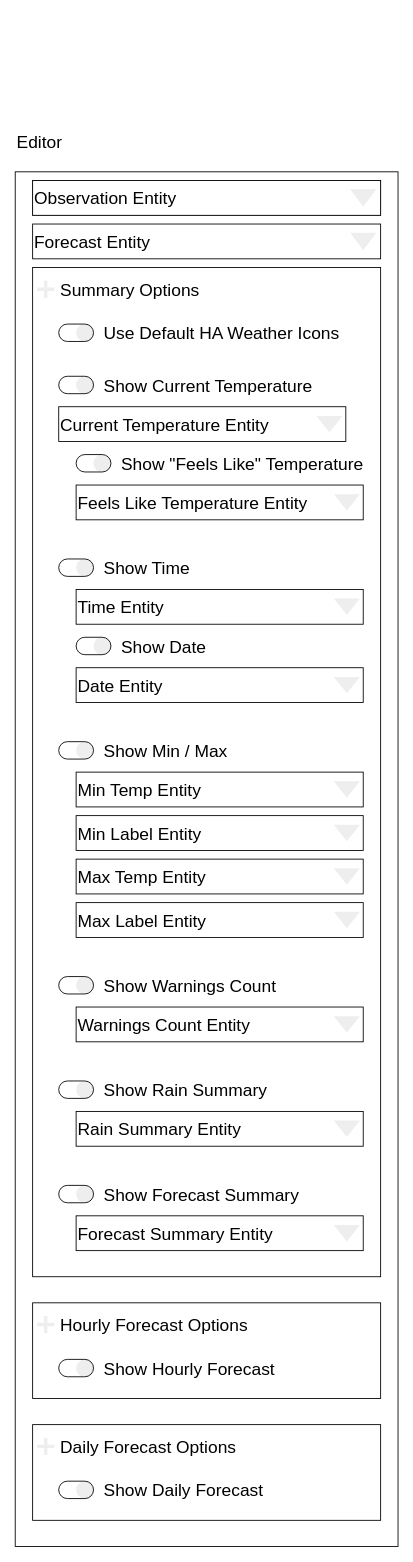
Before: design/editor-wireframe.drawio in dJPoida/ha-bom-weather-card, a draw.io diagram. Source tidied: cells renumbered, new cells numbered last; positions are measured from the earlier drawing's top-left corner, leaving out a move shared by most shapes. Both pictures are drawn from the tidied source at 87%, with x=0, y=0 at pixel (15, 128).
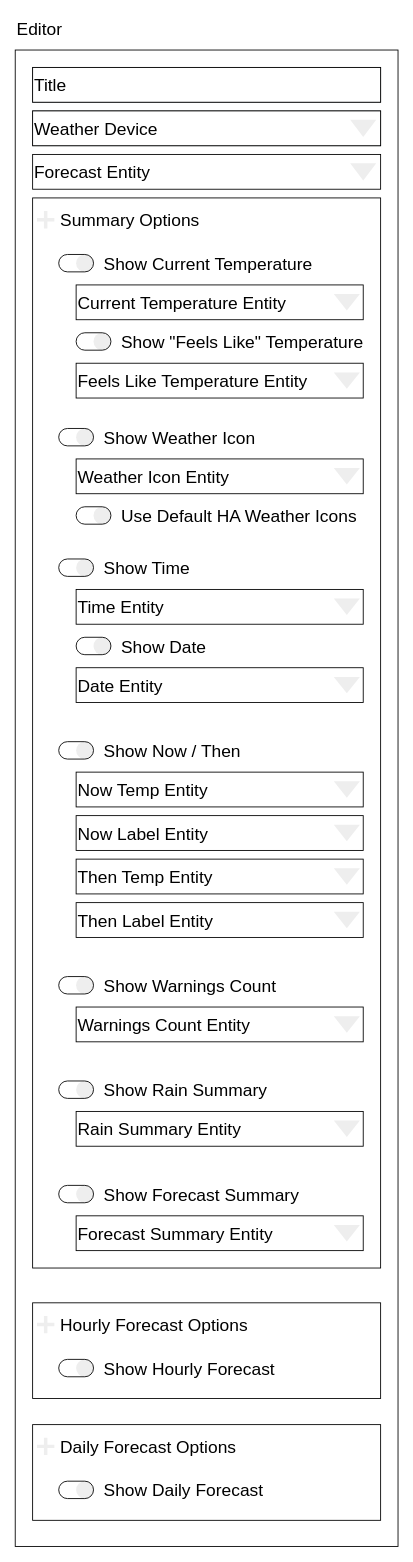
The same diagram, later.

The change refers to these unchanged cells:
```xml
<mxCell id="56" style="group;" parent="1" vertex="1">
  <mxGeometry x="70" y="740" width="330" height="40" as="geometry" />
</mxCell>
<mxCell id="59" style="group;" parent="1" vertex="1">
  <mxGeometry x="70" y="790" width="330" height="40" as="geometry" />
</mxCell>
<mxCell id="62" style="group;" parent="1" vertex="1">
  <mxGeometry x="70" y="840" width="330" height="40" as="geometry" />
</mxCell>
<mxCell id="65" style="group;" parent="1" vertex="1">
  <mxGeometry x="70" y="890" width="330" height="40" as="geometry" />
</mxCell>
```

The edit, as a diff of the source:
```diff
@@
     <mxCell id="2" style="rounded=0;whiteSpace=wrap;html=1;" parent="1" vertex="1">
-      <mxGeometry y="50" width="440" height="1580" as="geometry" />
+      <mxGeometry y="-90" width="440" height="1720" as="geometry" />
     </mxCell>
     <mxCell id="3" style="rounded=0;whiteSpace=wrap;html=1;fontSize=20;align=left;" parent="1" vertex="1">
-      <mxGeometry x="20" y="160" width="400" height="1160" as="geometry" />
+      <mxGeometry x="20" y="80" width="400" height="1230" as="geometry" />
     </mxCell>
     <mxCell id="4" value="Editor" style="text;html=1;strokeColor=none;fillColor=none;align=left;verticalAlign=middle;whiteSpace=wrap;rounded=0;fontSize=20;" parent="1" vertex="1">
-      <mxGeometry width="80" height="30" as="geometry" />
+      <mxGeometry y="-130" width="80" height="30" as="geometry" />
     </mxCell>
     <mxCell id="5" style="group;fillColor=#eeeeee;strokeColor=#36393d;" parent="1" vertex="1">
-      <mxGeometry x="20" y="60" width="400" height="40" as="geometry" />
+      <mxGeometry x="20" y="-20" width="400" height="40" as="geometry" />
     </mxCell>
-    <mxCell id="6" value="Observation Entity" style="rounded=0;whiteSpace=wrap;html=1;fontSize=20;align=left;" parent="5" vertex="1">
+    <mxCell id="6" value="Weather Device" style="rounded=0;whiteSpace=wrap;html=1;fontSize=20;align=left;" parent="5" vertex="1">
       <mxGeometry width="400" height="40" as="geometry" />
     </mxCell>
@@
     <mxCell id="8" style="group;" parent="1" vertex="1">
-      <mxGeometry x="20" y="110" width="400" height="40" as="geometry" />
+      <mxGeometry x="20" y="30" width="400" height="40" as="geometry" />
     </mxCell>
@@
     <mxCell id="11" style="group;" parent="1" vertex="1">
-      <mxGeometry x="70" y="370" width="340" height="30" as="geometry" />
+      <mxGeometry x="70" y="230" width="340" height="30" as="geometry" />
     </mxCell>
@@
     <mxCell id="16" style="group;" parent="1" vertex="1">
-      <mxGeometry x="50" y="700" width="200" height="30" as="geometry" />
+      <mxGeometry x="50" y="700" width="220" height="30" as="geometry" />
     </mxCell>
-    <mxCell id="17" value="Show Min / Max" style="rounded=0;whiteSpace=wrap;html=1;fontSize=20;align=left;strokeColor=none;fillColor=none;" parent="16" vertex="1">
-      <mxGeometry x="50" width="150" height="30" as="geometry" />
+    <mxCell id="17" value="Show Now / Then" style="rounded=0;whiteSpace=wrap;html=1;fontSize=20;align=left;strokeColor=none;fillColor=none;" parent="16" vertex="1">
+      <mxGeometry x="50" width="170" height="30" as="geometry" />
     </mxCell>
@@
     <mxCell id="32" style="group;" parent="1" vertex="1">
-      <mxGeometry x="25" y="170" width="235" height="30" as="geometry" />
+      <mxGeometry x="25" y="90" width="235" height="30" as="geometry" />
     </mxCell>
@@
     <mxCell id="48" style="group;" parent="1" vertex="1">
-      <mxGeometry x="50" y="220" width="340" height="30" as="geometry" />
+      <mxGeometry x="70" y="430" width="340" height="30" as="geometry" />
     </mxCell>
@@
     <mxCell id="53" style="group;" parent="1" vertex="1">
-      <mxGeometry x="70" y="410" width="330" height="40" as="geometry" />
+      <mxGeometry x="70" y="270" width="330" height="40" as="geometry" />
     </mxCell>
@@
-    <mxCell id="57" value="Min Temp Entity" style="rounded=0;whiteSpace=wrap;html=1;fontSize=20;align=left;" parent="56" vertex="1">
+    <mxCell id="57" value="Now Temp Entity" style="rounded=0;whiteSpace=wrap;html=1;fontSize=20;align=left;" parent="56" vertex="1">
       <mxGeometry width="330" height="40" as="geometry" />
     </mxCell>
@@
-    <mxCell id="60" value="Min Label Entity" style="rounded=0;whiteSpace=wrap;html=1;fontSize=20;align=left;" parent="59" vertex="1">
+    <mxCell id="60" value="Now Label Entity" style="rounded=0;whiteSpace=wrap;html=1;fontSize=20;align=left;" parent="59" vertex="1">
       <mxGeometry width="330" height="40" as="geometry" />
     </mxCell>
@@
-    <mxCell id="63" value="Max Temp Entity" style="rounded=0;whiteSpace=wrap;html=1;fontSize=20;align=left;" parent="62" vertex="1">
+    <mxCell id="63" value="Then Temp Entity" style="rounded=0;whiteSpace=wrap;html=1;fontSize=20;align=left;" parent="62" vertex="1">
       <mxGeometry width="330" height="40" as="geometry" />
     </mxCell>
@@
-    <mxCell id="66" value="Max Label Entity" style="rounded=0;whiteSpace=wrap;html=1;fontSize=20;align=left;" parent="65" vertex="1">
+    <mxCell id="66" value="Then Label Entity" style="rounded=0;whiteSpace=wrap;html=1;fontSize=20;align=left;" parent="65" vertex="1">
       <mxGeometry width="330" height="40" as="geometry" />
     </mxCell>
@@
     <mxCell id="84" style="group;" parent="1" vertex="1">
-      <mxGeometry x="50" y="280" width="340" height="40" as="geometry" />
+      <mxGeometry x="50" y="140" width="340" height="40" as="geometry" />
     </mxCell>
@@
     <mxCell id="89" style="group;" parent="1" vertex="1">
-      <mxGeometry x="50" y="320" width="330" height="40" as="geometry" />
+      <mxGeometry x="70" y="180" width="330" height="40" as="geometry" />
     </mxCell>
@@
+    <mxCell id="112" style="group;fillColor=#eeeeee;strokeColor=#36393d;" parent="1" vertex="1">
+      <mxGeometry x="20" y="-70" width="400" height="40" as="geometry" />
+    </mxCell>
+    <mxCell id="113" value="Title" style="rounded=0;whiteSpace=wrap;html=1;fontSize=20;align=left;" parent="112" vertex="1">
+      <mxGeometry width="400" height="40" as="geometry" />
+    </mxCell>
+    <mxCell id="114" style="group;" parent="1" vertex="1">
+      <mxGeometry x="50" y="340" width="340" height="40" as="geometry" />
+    </mxCell>
+    <mxCell id="115" value="Show Weather Icon" style="rounded=0;whiteSpace=wrap;html=1;fontSize=20;align=left;strokeColor=none;fillColor=none;" parent="114" vertex="1">
+      <mxGeometry x="50" width="290" height="30" as="geometry" />
+    </mxCell>
+    <mxCell id="116" style="group;" parent="114" vertex="1">
+      <mxGeometry y="5" width="40" height="20" as="geometry" />
+    </mxCell>
+    <mxCell id="117" style="ellipse;whiteSpace=wrap;html=1;fillColor=#eeeeee;strokeColor=none;" parent="116" vertex="1">
+      <mxGeometry x="20" width="20" height="20" as="geometry" />
+    </mxCell>
+    <mxCell id="118" style="rounded=1;whiteSpace=wrap;html=1;fillColor=none;arcSize=50;" parent="116" vertex="1">
+      <mxGeometry width="40" height="20" as="geometry" />
+    </mxCell>
+    <mxCell id="119" style="group;" parent="1" vertex="1">
+      <mxGeometry x="70" y="380" width="330" height="40" as="geometry" />
+    </mxCell>
+    <mxCell id="120" value="Weather Icon Entity" style="rounded=0;whiteSpace=wrap;html=1;fontSize=20;align=left;" parent="119" vertex="1">
+      <mxGeometry width="330" height="40" as="geometry" />
+    </mxCell>
+    <mxCell id="121" style="triangle;whiteSpace=wrap;html=1;rotation=90;fillColor=#eeeeee;strokeColor=none;" parent="119" vertex="1">
+      <mxGeometry x="301.7" y="5" width="18.9" height="30" as="geometry" />
+    </mxCell>
```
